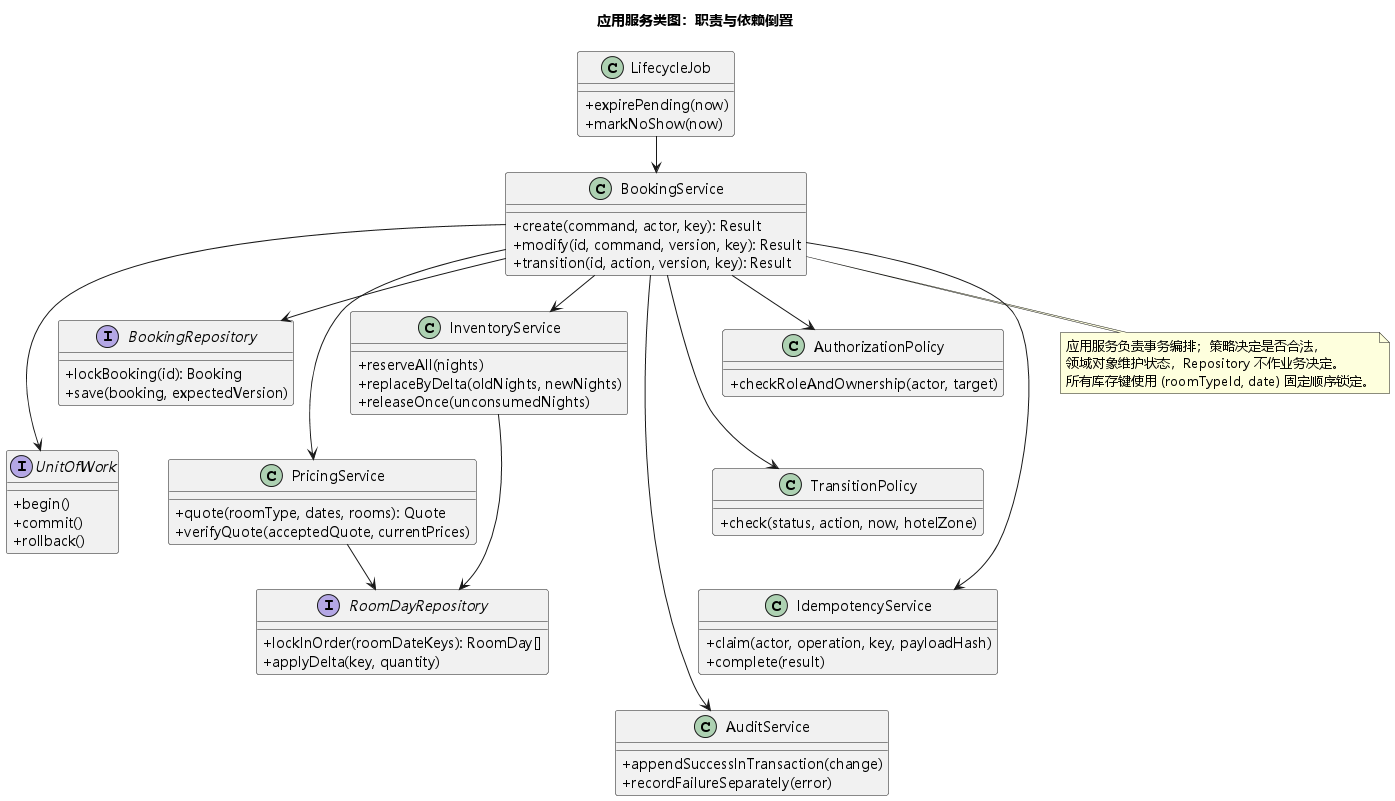
Above: LAB2/实验2_241820122_商世雄/UML/03_应用服务类图.png in bear0327/software-engineering-lab (PlantUML), before the change.
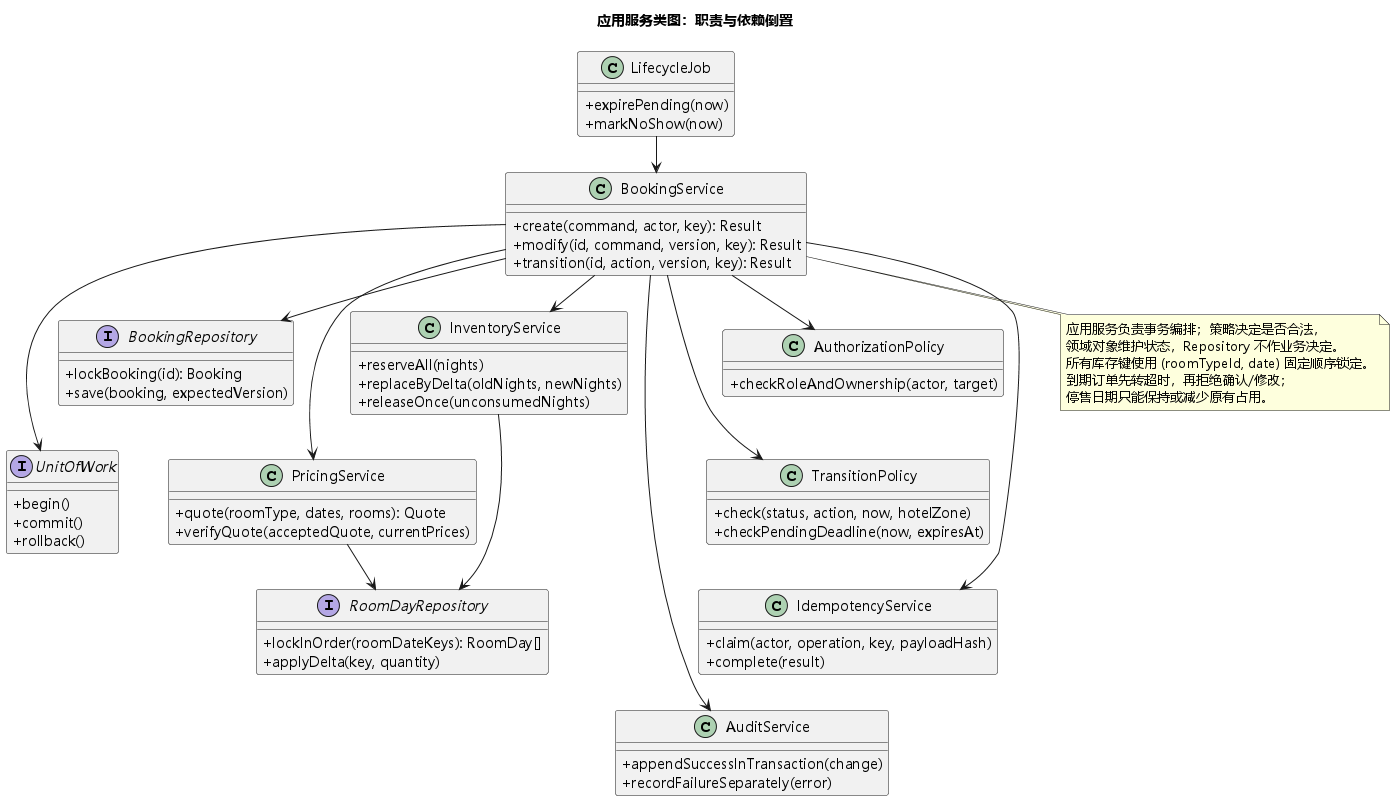
The same diagram one commit later.

Change to the diagram source:
```diff
@@ -28,6 +28,7 @@
 }
 class TransitionPolicy {
   +check(status, action, now, hotelZone)
+  +checkPendingDeadline(now, expiresAt)
 }
 class InventoryService {
   +reserveAll(nights)
@@ -70,5 +71,7 @@
 应用服务负责事务编排；策略决定是否合法，
 领域对象维护状态，Repository 不作业务决定。
 所有库存键使用 (roomTypeId, date) 固定顺序锁定。
+到期订单先转超时，再拒绝确认/修改；
+停售日期只能保持或减少原有占用。
 end note
 @enduml
```
